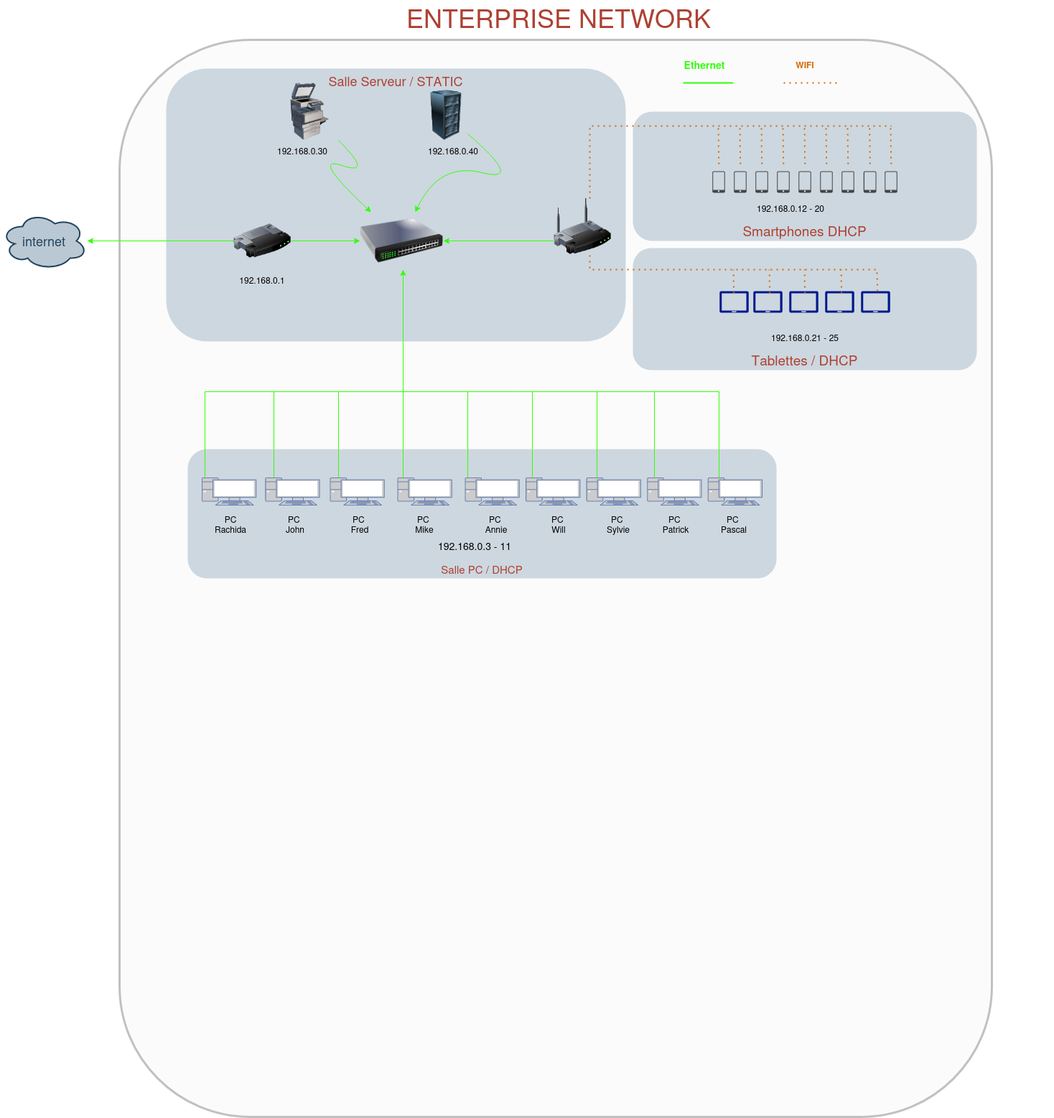
Before: avocatsdunum.drawio.png, a diagram exported from draw.io (OCR-GRLD/OCR-GRLD). Source tidied: cells renumbered, new cells last; positions are measured from the earlier drawing's top-left corner, leaving out a move shared by most shapes.
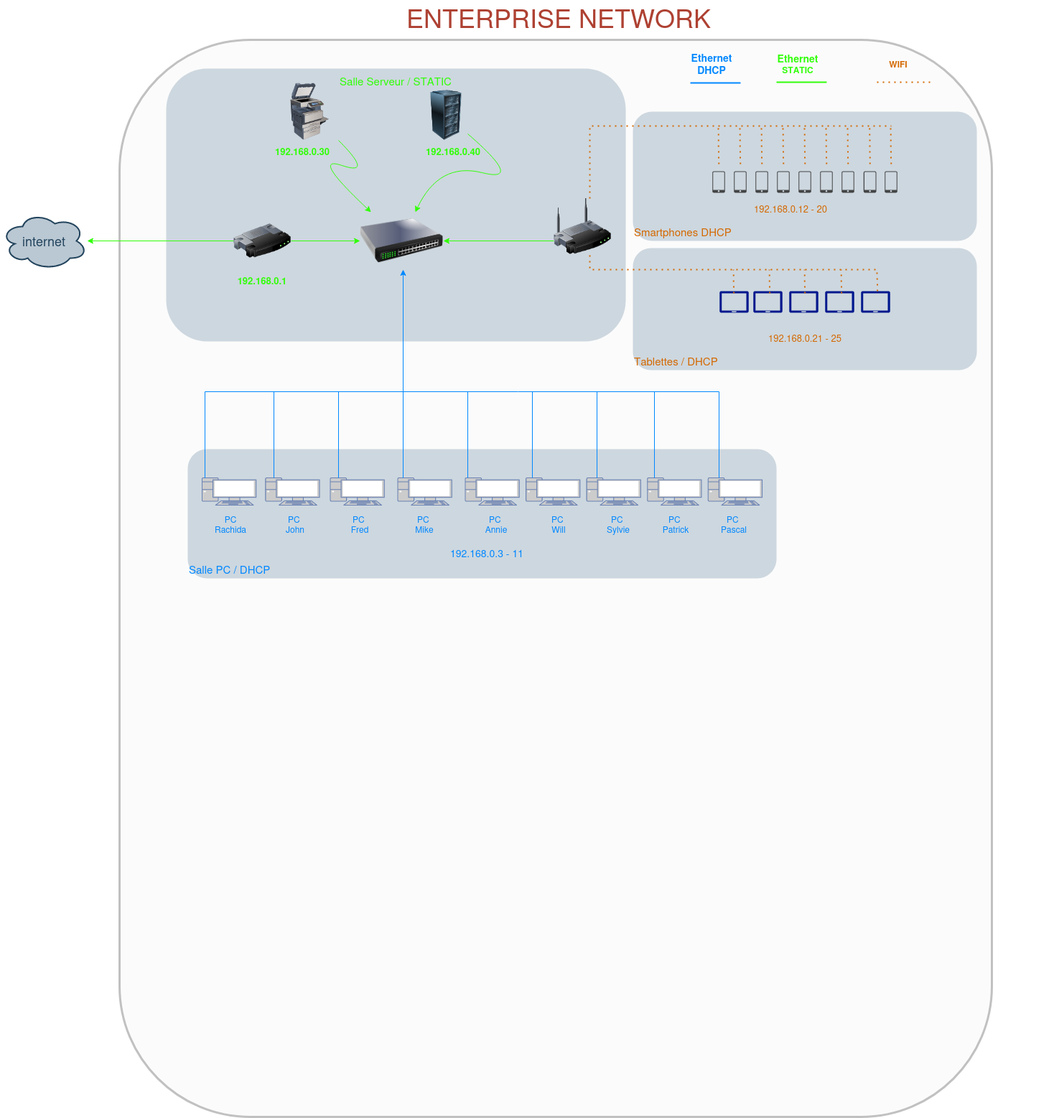
After the commit.

Commit message:
Mettre à jour avocatsdunum.drawio.png

Diff of the diagram source:
```diff
@@ -7,3 +7,3 @@
     </mxCell>
-    <mxCell id="3" value="Salle Serveur / STATIC" style="rounded=1;whiteSpace=wrap;html=1;shadow=0;strokeColor=none;fillColor=#BAC8D3;gradientColor=none;fontSize=18;fontColor=#AE4132;verticalAlign=top;opacity=70;fontStyle=0;strokeWidth=3;" parent="1" vertex="1">
+    <mxCell id="3" value="&lt;div align=&quot;center&quot; style=&quot;font-size: 17px;&quot;&gt;&lt;font color=&quot;#31ff08&quot; style=&quot;font-size: 15px;&quot;&gt;Salle Serveur / STATIC&lt;/font&gt;&lt;/div&gt;" style="rounded=1;whiteSpace=wrap;html=1;shadow=0;strokeColor=none;fillColor=#BAC8D3;gradientColor=none;fontSize=18;fontColor=#AE4132;verticalAlign=top;opacity=70;fontStyle=0;strokeWidth=3;align=center;" parent="1" vertex="1">
       <mxGeometry x="230" y="95" width="640" height="380" as="geometry" />
@@ -34,3 +34,3 @@
     </mxCell>
-    <mxCell id="12" value="&lt;font style=&quot;font-size: 15px;&quot;&gt;Salle PC / DHCP&lt;/font&gt;" style="rounded=1;whiteSpace=wrap;html=1;shadow=0;strokeColor=none;fillColor=#BAC8D3;gradientColor=none;fontSize=19;fontColor=#AE4132;verticalAlign=bottom;fontStyle=0;opacity=70;strokeWidth=3;align=center;" parent="1" vertex="1">
+    <mxCell id="12" value="&lt;div align=&quot;left&quot;&gt;&lt;font color=&quot;#0088ff&quot; style=&quot;font-size: 15px;&quot;&gt;Salle PC / DHCP&lt;/font&gt;&lt;/div&gt;" style="rounded=1;whiteSpace=wrap;html=1;shadow=0;strokeColor=none;fillColor=#BAC8D3;gradientColor=none;fontSize=19;fontColor=#AE4132;verticalAlign=bottom;fontStyle=0;opacity=70;strokeWidth=3;align=left;" parent="1" vertex="1">
       <mxGeometry x="260" y="625" width="820" height="180" as="geometry" />
@@ -73,3 +73,3 @@
     </mxCell>
-    <mxCell id="25" style="edgeStyle=orthogonalEdgeStyle;rounded=0;jettySize=auto;html=1;strokeColor=#31FF08;" parent="1" edge="1" target="11">
+    <mxCell id="25" style="edgeStyle=orthogonalEdgeStyle;rounded=0;jettySize=auto;html=1;strokeColor=#0088FF;" parent="1" edge="1" target="11">
       <mxGeometry relative="1" as="geometry">
@@ -82,3 +82,3 @@
     </mxCell>
-    <mxCell id="26" style="endArrow=none;html=1;rounded=0;strokeColor=#31FF08;" parent="1" edge="1">
+    <mxCell id="26" style="endArrow=none;html=1;rounded=0;strokeColor=#0088FF;" parent="1" edge="1">
       <mxGeometry relative="1" as="geometry">
@@ -88,3 +88,3 @@
     </mxCell>
-    <mxCell id="27" style="endArrow=none;html=1;rounded=0;strokeColor=#31FF08;" parent="1" edge="1">
+    <mxCell id="27" style="endArrow=none;html=1;rounded=0;strokeColor=#0088FF;" parent="1" edge="1">
       <mxGeometry relative="1" as="geometry">
@@ -94,3 +94,3 @@
     </mxCell>
-    <mxCell id="28" style="endArrow=none;html=1;rounded=0;exitX=0.5;exitY=0.07;exitDx=0;exitDy=0;exitPerimeter=0;strokeColor=#31FF08;" parent="1" edge="1">
+    <mxCell id="28" style="endArrow=none;html=1;rounded=0;exitX=0.5;exitY=0.07;exitDx=0;exitDy=0;exitPerimeter=0;strokeColor=#0088FF;" parent="1" edge="1">
       <mxGeometry relative="1" as="geometry">
@@ -100,3 +100,3 @@
     </mxCell>
-    <mxCell id="29" style="endArrow=none;html=1;rounded=0;exitX=0.5;exitY=0.07;exitDx=0;exitDy=0;exitPerimeter=0;strokeColor=#31FF08;" parent="1" edge="1">
+    <mxCell id="29" style="endArrow=none;html=1;rounded=0;exitX=0.5;exitY=0.07;exitDx=0;exitDy=0;exitPerimeter=0;strokeColor=#0088FF;" parent="1" edge="1">
       <mxGeometry relative="1" as="geometry">
@@ -106,3 +106,3 @@
     </mxCell>
-    <mxCell id="30" style="endArrow=none;html=1;rounded=0;strokeColor=#31FF08;" parent="1" edge="1">
+    <mxCell id="30" style="endArrow=none;html=1;rounded=0;strokeColor=#0088FF;" parent="1" edge="1">
       <mxGeometry relative="1" as="geometry">
@@ -112,3 +112,3 @@
     </mxCell>
-    <mxCell id="31" style="endArrow=none;html=1;rounded=0;strokeColor=#31FF08;" parent="1" edge="1">
+    <mxCell id="31" style="endArrow=none;html=1;rounded=0;strokeColor=#0088FF;" parent="1" edge="1">
       <mxGeometry relative="1" as="geometry">
@@ -122,3 +122,3 @@
     </mxCell>
-    <mxCell id="32" style="endArrow=none;html=1;rounded=0;strokeColor=#31FF08;" parent="1" edge="1">
+    <mxCell id="32" style="endArrow=none;html=1;rounded=0;strokeColor=#0088FF;" parent="1" edge="1">
       <mxGeometry relative="1" as="geometry">
@@ -128,3 +128,3 @@
     </mxCell>
-    <mxCell id="33" style="endArrow=none;html=1;rounded=0;strokeColor=#31FF08;" parent="1" edge="1">
+    <mxCell id="33" style="endArrow=none;html=1;rounded=0;strokeColor=#0088FF;" parent="1" edge="1">
       <mxGeometry relative="1" as="geometry">
@@ -156,6 +156,6 @@
     </mxCell>
-    <mxCell id="38" value="Smartphones DHCP" style="rounded=1;whiteSpace=wrap;html=1;shadow=0;strokeColor=none;fillColor=#BAC8D3;gradientColor=none;fontSize=19;fontColor=#AE4132;verticalAlign=bottom;fontStyle=0;opacity=70;strokeWidth=3;align=center;rotation=0;" parent="1" vertex="1">
+    <mxCell id="38" value="&lt;div&gt;&lt;font color=&quot;#d46900&quot; style=&quot;font-size: 15px;&quot;&gt;Smartphones DHCP&lt;/font&gt;&lt;/div&gt;" style="rounded=1;whiteSpace=wrap;html=1;shadow=0;strokeColor=none;fillColor=#BAC8D3;gradientColor=none;fontSize=19;fontColor=#AE4132;verticalAlign=bottom;fontStyle=0;opacity=70;strokeWidth=3;align=left;rotation=0;" parent="1" vertex="1">
       <mxGeometry x="880" y="155" width="479" height="180" as="geometry" />
     </mxCell>
-    <mxCell id="39" value="Tablettes / DHCP" style="rounded=1;whiteSpace=wrap;html=1;shadow=0;strokeColor=none;fillColor=#BAC8D3;gradientColor=none;fontSize=19;fontColor=#AE4132;verticalAlign=bottom;fontStyle=0;opacity=70;strokeWidth=3;align=center;rotation=0;" parent="1" vertex="1">
+    <mxCell id="39" value="&lt;div align=&quot;left&quot;&gt;&lt;font color=&quot;#d46900&quot; style=&quot;font-size: 15px;&quot;&gt;Tablettes / DHCP&lt;/font&gt;&lt;/div&gt;" style="rounded=1;whiteSpace=wrap;html=1;shadow=0;strokeColor=none;fillColor=#BAC8D3;gradientColor=none;fontSize=19;fontColor=#AE4132;verticalAlign=bottom;fontStyle=0;opacity=70;strokeWidth=3;align=left;rotation=0;" parent="1" vertex="1">
       <mxGeometry x="880" y="345" width="479" height="170" as="geometry" />
@@ -167,4 +167,4 @@
       <mxGeometry relative="1" as="geometry">
-        <mxPoint x="30" as="sourcePoint" />
-        <mxPoint x="30" as="targetPoint" />
+        <mxPoint x="160" y="-1" as="sourcePoint" />
+        <mxPoint x="160" y="-1" as="targetPoint" />
       </mxGeometry>
@@ -321,4 +321,4 @@
       <mxGeometry relative="1" as="geometry">
-        <mxPoint x="950" y="115" as="sourcePoint" />
-        <mxPoint x="1020" y="115" as="targetPoint" />
+        <mxPoint x="1080" y="114" as="sourcePoint" />
+        <mxPoint x="1150" y="114" as="targetPoint" />
       </mxGeometry>
@@ -327,57 +327,66 @@
       <mxGeometry relative="1" as="geometry">
-        <mxPoint x="1090" y="115" as="sourcePoint" />
-        <mxPoint x="1170" y="115" as="targetPoint" />
+        <mxPoint x="1220" y="114" as="sourcePoint" />
+        <mxPoint x="1300" y="114" as="targetPoint" />
       </mxGeometry>
     </mxCell>
-    <mxCell id="75" value="&lt;font color=&quot;#31ff08&quot;&gt;&lt;b&gt;&lt;font style=&quot;font-size: 14px;&quot;&gt;Ethernet&lt;/font&gt;&lt;/b&gt;&lt;/font&gt;" style="text;html=1;strokeColor=none;fillColor=none;align=center;verticalAlign=middle;whiteSpace=wrap;rounded=0;" parent="1" vertex="1">
-      <mxGeometry x="950" y="75" width="60" height="30" as="geometry" />
+    <mxCell id="75" value="&lt;b&gt;&lt;font color=&quot;#31ff08&quot;&gt;&lt;font style=&quot;font-size: 14px;&quot;&gt;Ethernet&lt;/font&gt; STATIC&lt;br&gt;&lt;/font&gt;&lt;/b&gt;" style="text;html=1;strokeColor=none;fillColor=none;align=center;verticalAlign=middle;whiteSpace=wrap;rounded=0;" parent="1" vertex="1">
+      <mxGeometry x="1080" y="74" width="60" height="30" as="geometry" />
     </mxCell>
     <mxCell id="76" value="&lt;font color=&quot;#d46900&quot;&gt;&lt;b&gt;WIFI&lt;/b&gt;&lt;/font&gt;" style="text;html=1;strokeColor=none;fillColor=none;align=center;verticalAlign=middle;whiteSpace=wrap;rounded=0;" parent="1" vertex="1">
-      <mxGeometry x="1089.5" y="75" width="60" height="30" as="geometry" />
+      <mxGeometry x="1219.5" y="74" width="60" height="30" as="geometry" />
     </mxCell>
-    <mxCell id="77" value="&lt;font style=&quot;font-size: 14px;&quot;&gt;192.168.0.3 - 11&lt;/font&gt;" style="text;html=1;strokeColor=none;fillColor=none;align=center;verticalAlign=middle;whiteSpace=wrap;rounded=0;" parent="1" vertex="1">
-      <mxGeometry x="590" y="745" width="140" height="30" as="geometry" />
+    <mxCell id="77" value="&lt;font color=&quot;#0088ff&quot; style=&quot;font-size: 14px;&quot;&gt;192.168.0.3 - 11&lt;/font&gt;" style="text;html=1;strokeColor=none;fillColor=none;align=center;verticalAlign=middle;whiteSpace=wrap;rounded=0;" parent="1" vertex="1">
+      <mxGeometry x="607" y="755" width="140" height="30" as="geometry" />
     </mxCell>
-    <mxCell id="78" value="192.168.0.1" style="text;html=1;strokeColor=none;fillColor=none;align=center;verticalAlign=middle;whiteSpace=wrap;rounded=0;" parent="1" vertex="1">
+    <mxCell id="78" value="&lt;font style=&quot;font-size: 13px;&quot;&gt;&lt;b&gt;&lt;font style=&quot;font-size: 13px;&quot; color=&quot;#31ff08&quot;&gt;192.168.0.1&lt;/font&gt;&lt;/b&gt;&lt;/font&gt;" style="text;html=1;strokeColor=none;fillColor=none;align=center;verticalAlign=middle;whiteSpace=wrap;rounded=0;" parent="1" vertex="1">
       <mxGeometry x="294" y="375" width="140" height="30" as="geometry" />
     </mxCell>
-    <mxCell id="79" value="192.168.0.30" style="text;html=1;strokeColor=none;fillColor=none;align=center;verticalAlign=middle;whiteSpace=wrap;rounded=0;" parent="1" vertex="1">
+    <mxCell id="79" value="&lt;font style=&quot;font-size: 13px;&quot; color=&quot;#31ff08&quot;&gt;&lt;b&gt;192.168.0.30&lt;/b&gt;&lt;/font&gt;" style="text;html=1;strokeColor=none;fillColor=none;align=center;verticalAlign=middle;whiteSpace=wrap;rounded=0;" parent="1" vertex="1">
       <mxGeometry x="350" y="195" width="140" height="30" as="geometry" />
     </mxCell>
-    <mxCell id="80" value="192.168.0.40" style="text;html=1;strokeColor=none;fillColor=none;align=center;verticalAlign=middle;whiteSpace=wrap;rounded=0;" parent="1" vertex="1">
+    <mxCell id="80" value="&lt;font style=&quot;font-size: 13px;&quot; color=&quot;#31ff08&quot;&gt;&lt;b&gt;192.168.0.40&lt;/b&gt;&lt;/font&gt;" style="text;html=1;strokeColor=none;fillColor=none;align=center;verticalAlign=middle;whiteSpace=wrap;rounded=0;" parent="1" vertex="1">
       <mxGeometry x="560" y="195" width="140" height="30" as="geometry" />
     </mxCell>
-    <mxCell id="81" value="192.168.0.12 - 20" style="text;html=1;strokeColor=none;fillColor=none;align=center;verticalAlign=middle;whiteSpace=wrap;rounded=0;" parent="1" vertex="1">
+    <mxCell id="81" value="&lt;font style=&quot;font-size: 13px;&quot; color=&quot;#d46900&quot;&gt;192.168.0.12 - 20&lt;/font&gt;" style="text;html=1;strokeColor=none;fillColor=none;align=center;verticalAlign=middle;whiteSpace=wrap;rounded=0;" parent="1" vertex="1">
       <mxGeometry x="1030" y="275" width="140" height="30" as="geometry" />
     </mxCell>
-    <mxCell id="82" value="192.168.0.21 - 25" style="text;html=1;strokeColor=none;fillColor=none;align=center;verticalAlign=middle;whiteSpace=wrap;rounded=0;" parent="1" vertex="1">
+    <mxCell id="82" value="&lt;font style=&quot;font-size: 13px;&quot; color=&quot;#d46900&quot;&gt;192.168.0.21 - 25&lt;/font&gt;" style="text;html=1;strokeColor=none;fillColor=none;align=center;verticalAlign=middle;whiteSpace=wrap;rounded=0;" parent="1" vertex="1">
       <mxGeometry x="1049.5" y="455" width="140" height="30" as="geometry" />
     </mxCell>
-    <mxCell id="83" value="PC Rachida" style="text;html=1;strokeColor=none;fillColor=none;align=center;verticalAlign=middle;whiteSpace=wrap;rounded=0;" parent="1" vertex="1">
+    <mxCell id="83" value="&lt;font color=&quot;#0088ff&quot;&gt;PC Rachida&lt;/font&gt;" style="text;html=1;strokeColor=none;fillColor=none;align=center;verticalAlign=middle;whiteSpace=wrap;rounded=0;" parent="1" vertex="1">
       <mxGeometry x="290" y="715" width="60" height="30" as="geometry" />
     </mxCell>
-    <mxCell id="84" value="&lt;div&gt;PC&amp;nbsp;&lt;/div&gt;&lt;div&gt;John&lt;/div&gt;" style="text;html=1;strokeColor=none;fillColor=none;align=center;verticalAlign=middle;whiteSpace=wrap;rounded=0;" parent="1" vertex="1">
+    <mxCell id="84" value="&lt;div&gt;&lt;font color=&quot;#0088ff&quot;&gt;PC&amp;nbsp;&lt;/font&gt;&lt;/div&gt;&lt;div&gt;&lt;font color=&quot;#0088ff&quot;&gt;John&lt;/font&gt;&lt;/div&gt;" style="text;html=1;strokeColor=none;fillColor=none;align=center;verticalAlign=middle;whiteSpace=wrap;rounded=0;" parent="1" vertex="1">
       <mxGeometry x="380" y="715" width="60" height="30" as="geometry" />
     </mxCell>
-    <mxCell id="85" value="&lt;div&gt;PC&amp;nbsp;&lt;/div&gt;&lt;div&gt;Fred&lt;/div&gt;" style="text;html=1;strokeColor=none;fillColor=none;align=center;verticalAlign=middle;whiteSpace=wrap;rounded=0;" parent="1" vertex="1">
+    <mxCell id="85" value="&lt;div&gt;&lt;font color=&quot;#0088ff&quot;&gt;PC&amp;nbsp;&lt;/font&gt;&lt;/div&gt;&lt;div&gt;&lt;font color=&quot;#0088ff&quot;&gt;Fred&lt;/font&gt;&lt;/div&gt;" style="text;html=1;strokeColor=none;fillColor=none;align=center;verticalAlign=middle;whiteSpace=wrap;rounded=0;" parent="1" vertex="1">
       <mxGeometry x="470" y="715" width="60" height="30" as="geometry" />
     </mxCell>
-    <mxCell id="86" value="&lt;div&gt;PC&amp;nbsp;&lt;/div&gt;&lt;div&gt;Mike&lt;/div&gt;" style="text;html=1;strokeColor=none;fillColor=none;align=center;verticalAlign=middle;whiteSpace=wrap;rounded=0;" parent="1" vertex="1">
+    <mxCell id="86" value="&lt;div&gt;&lt;font color=&quot;#0088ff&quot;&gt;PC&amp;nbsp;&lt;/font&gt;&lt;/div&gt;&lt;div&gt;&lt;font color=&quot;#0088ff&quot;&gt;Mike&lt;/font&gt;&lt;/div&gt;" style="text;html=1;strokeColor=none;fillColor=none;align=center;verticalAlign=middle;whiteSpace=wrap;rounded=0;" parent="1" vertex="1">
       <mxGeometry x="560" y="715" width="60" height="30" as="geometry" />
     </mxCell>
-    <mxCell id="87" value="&lt;div&gt;PC&amp;nbsp;&lt;/div&gt;&lt;div&gt;Annie&lt;/div&gt;" style="text;html=1;strokeColor=none;fillColor=none;align=center;verticalAlign=middle;whiteSpace=wrap;rounded=0;" parent="1" vertex="1">
+    <mxCell id="87" value="&lt;div&gt;&lt;font color=&quot;#0088ff&quot;&gt;PC&amp;nbsp;&lt;/font&gt;&lt;/div&gt;&lt;div&gt;&lt;font color=&quot;#0088ff&quot;&gt;Annie&lt;/font&gt;&lt;/div&gt;" style="text;html=1;strokeColor=none;fillColor=none;align=center;verticalAlign=middle;whiteSpace=wrap;rounded=0;" parent="1" vertex="1">
       <mxGeometry x="660" y="715" width="60" height="30" as="geometry" />
     </mxCell>
-    <mxCell id="88" value="&lt;div&gt;PC&amp;nbsp;&lt;/div&gt;&lt;div&gt;Will&lt;/div&gt;" style="text;html=1;strokeColor=none;fillColor=none;align=center;verticalAlign=middle;whiteSpace=wrap;rounded=0;" parent="1" vertex="1">
+    <mxCell id="88" value="&lt;div&gt;&lt;font color=&quot;#0088ff&quot;&gt;PC&amp;nbsp;&lt;/font&gt;&lt;/div&gt;&lt;div&gt;&lt;font color=&quot;#0088ff&quot;&gt;Will&lt;/font&gt;&lt;/div&gt;" style="text;html=1;strokeColor=none;fillColor=none;align=center;verticalAlign=middle;whiteSpace=wrap;rounded=0;" parent="1" vertex="1">
       <mxGeometry x="747" y="715" width="60" height="30" as="geometry" />
     </mxCell>
-    <mxCell id="89" value="&lt;div&gt;PC&amp;nbsp;&lt;/div&gt;&lt;div&gt;Sylvie&lt;/div&gt;" style="text;html=1;strokeColor=none;fillColor=none;align=center;verticalAlign=middle;whiteSpace=wrap;rounded=0;" parent="1" vertex="1">
+    <mxCell id="89" value="&lt;div&gt;&lt;font color=&quot;#0088ff&quot;&gt;PC&amp;nbsp;&lt;/font&gt;&lt;/div&gt;&lt;div&gt;&lt;font color=&quot;#0088ff&quot;&gt;Sylvie&lt;/font&gt;&lt;/div&gt;" style="text;html=1;strokeColor=none;fillColor=none;align=center;verticalAlign=middle;whiteSpace=wrap;rounded=0;" parent="1" vertex="1">
       <mxGeometry x="830" y="715" width="60" height="30" as="geometry" />
     </mxCell>
-    <mxCell id="90" value="&lt;div&gt;PC&amp;nbsp;&lt;/div&gt;&lt;div&gt;Patrick&lt;/div&gt;" style="text;html=1;strokeColor=none;fillColor=none;align=center;verticalAlign=middle;whiteSpace=wrap;rounded=0;" parent="1" vertex="1">
+    <mxCell id="90" value="&lt;div&gt;&lt;font color=&quot;#0088ff&quot;&gt;PC&amp;nbsp;&lt;/font&gt;&lt;/div&gt;&lt;div&gt;&lt;font color=&quot;#0088ff&quot;&gt;Patrick&lt;/font&gt;&lt;/div&gt;" style="text;html=1;strokeColor=none;fillColor=none;align=center;verticalAlign=middle;whiteSpace=wrap;rounded=0;" parent="1" vertex="1">
       <mxGeometry x="910" y="715" width="60" height="30" as="geometry" />
     </mxCell>
-    <mxCell id="91" value="&lt;div&gt;PC&amp;nbsp;&lt;/div&gt;&lt;div&gt;Pascal&lt;/div&gt;" style="text;html=1;strokeColor=none;fillColor=none;align=center;verticalAlign=middle;whiteSpace=wrap;rounded=0;" parent="1" vertex="1">
+    <mxCell id="91" value="&lt;div&gt;&lt;font color=&quot;#0088ff&quot;&gt;PC&amp;nbsp;&lt;/font&gt;&lt;/div&gt;&lt;div&gt;&lt;font color=&quot;#0088ff&quot;&gt;Pascal&lt;/font&gt;&lt;/div&gt;" style="text;html=1;strokeColor=none;fillColor=none;align=center;verticalAlign=middle;whiteSpace=wrap;rounded=0;" parent="1" vertex="1">
       <mxGeometry x="990.7" y="715" width="60" height="30" as="geometry" />
     </mxCell>
+    <mxCell id="92" value="&lt;font style=&quot;font-size: 14px;&quot; color=&quot;#0088ff&quot;&gt;&lt;b&gt;Ethernet DHCP&lt;br&gt;&lt;/b&gt;&lt;/font&gt;" style="text;html=1;strokeColor=none;fillColor=none;align=center;verticalAlign=middle;whiteSpace=wrap;rounded=0;" parent="1" vertex="1">
+      <mxGeometry x="960" y="74" width="60" height="30" as="geometry" />
+    </mxCell>
+    <mxCell id="93" style="endArrow=none;html=1;rounded=0;fontColor=#31FF08;strokeColor=#0088FF;strokeWidth=2;" parent="1" edge="1">
+      <mxGeometry relative="1" as="geometry">
+        <mxPoint x="960" y="115" as="sourcePoint" />
+        <mxPoint x="1030" y="115" as="targetPoint" />
+      </mxGeometry>
+    </mxCell>
   </root>
```
